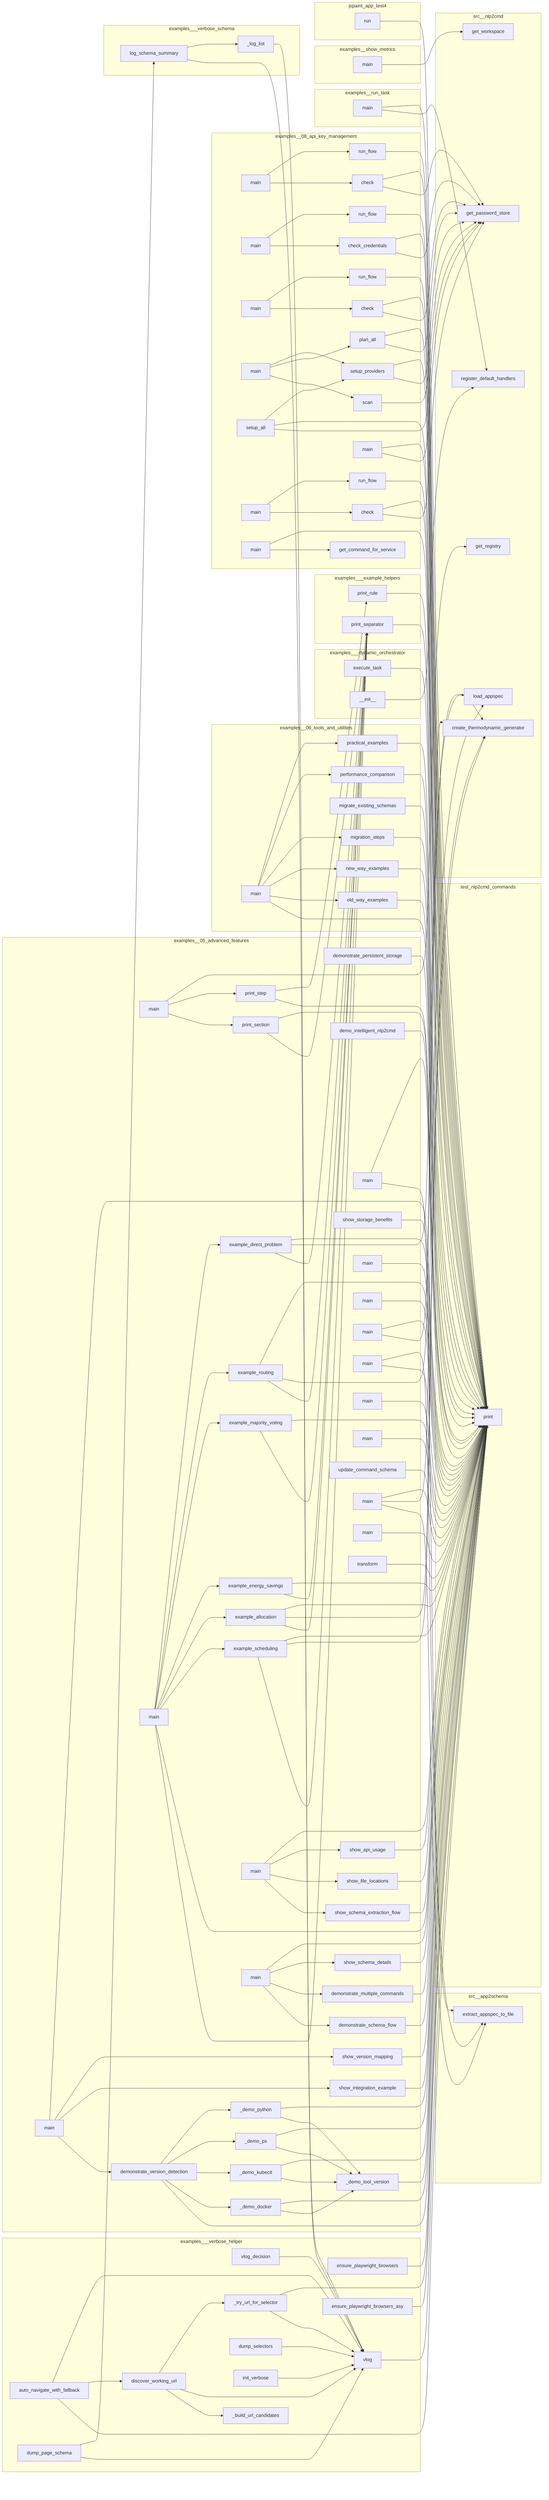
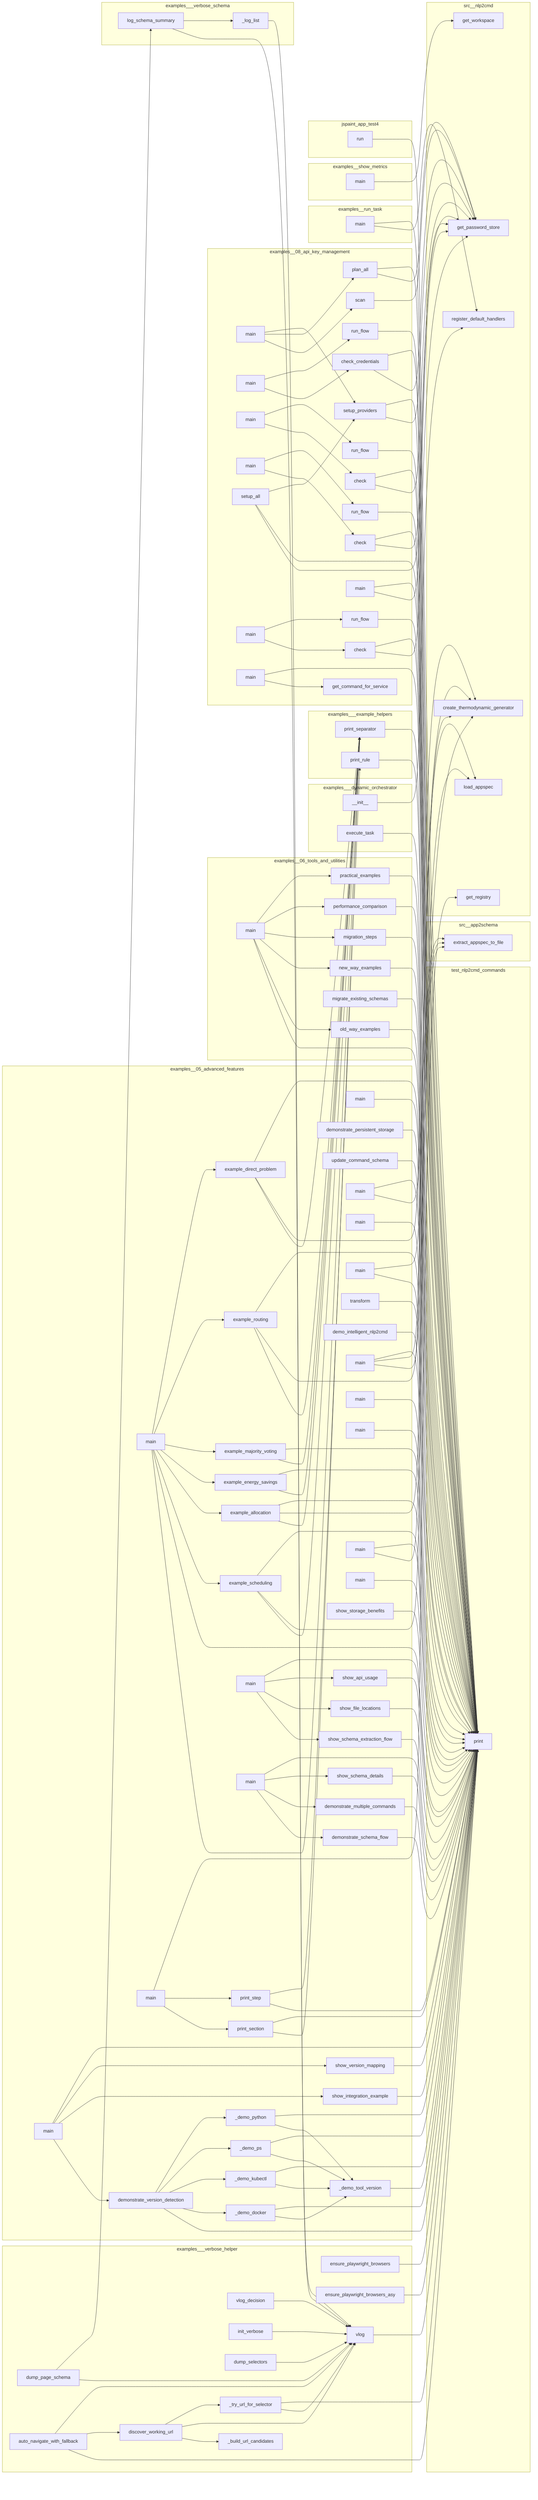
flowchart LR
- %% generated in 0.17s
+ %% generated in 0.08s
    subgraph examples__05_advanced_features
-         examples__05_advanced_features__dynamic_schemas__demo_persistent_storage__demonstrate_persistent_storage["demonstrate_persistent_storage"]
-         examples__05_advanced_features__thermodynamic_computing__example__example_scheduling["example_scheduling"]
-         examples__05_advanced_features__dynamic_schemas__demo_version_detection__show_integration_example["show_integration_example"]
-         examples__05_advanced_features__dynamic_schemas__demo_schema_flow__demonstrate_multiple_commands["demonstrate_multiple_commands"]
-         examples__05_advanced_features__dynamic_schemas__schema_flow_demo__show_api_usage["show_api_usage"]
-         examples__05_advanced_features__dynamic_schemas__demo_version_detection__main["main"]
-         examples__05_advanced_features__thermodynamic_computing__example__example_energy_savings["example_energy_savings"]
-         examples__05_advanced_features__dynamic_schemas__demo_intelligent_nlp2cmd__demo_intelligent_nlp2cmd["demo_intelligent_nlp2cmd"]
-         examples__05_advanced_features__dynamic_schemas__demo_version_detection___demo_docker["_demo_docker"]
-         examples__05_advanced_features__dynamic_schemas__example__main["main"]
-         examples__05_advanced_features__dynamic_schemas__demo_schema_flow__show_schema_details["show_schema_details"]
+         examples__05_advanced_features__dynamic_schemas__schema_flow_demo__show_schema_extraction_flow["show_schema_extraction_flow"]
+         examples__05_advanced_features__schema_driven_architecture__end_to_end_demo__print_step["print_step"]
+         examples__05_advanced_features__schema_driven_architecture__04_plan_executor__demo__main["main"]
+         examples__05_advanced_features__thermodynamic_computing__example__example_direct_problem["example_direct_problem"]
        examples__05_advanced_features__dynamic_schemas__demo_version_detection___demo_kubectl["_demo_kubectl"]
        examples__05_advanced_features__dynamic_schemas__demo_version_detection___demo_ps["_demo_ps"]
+         examples__05_advanced_features__dynamic_schemas__demo_persistent_storage__demonstrate_persistent_storage["demonstrate_persistent_storage"]
+         examples__05_advanced_features__dynamic_schemas__demo_version_detection___demo_python["_demo_python"]
+         examples__05_advanced_features__dynamic_schemas__demo_intelligent_nlp2cmd__IntelligentNLP2CMD__update_command_schema["update_command_schema"]
+         examples__05_advanced_features__thermodynamic_computing__example__main["main"]
+         examples__05_advanced_features__dynamic_schemas__example__main["main"]
+         examples__05_advanced_features__schema_driven_architecture__02_decision_router__demo__main["main"]
+         examples__05_advanced_features__dynamic_schemas__schema_flow_demo__show_file_locations["show_file_locations"]
+         examples__05_advanced_features__dynamic_schemas__demo_version_detection___demo_tool_version["_demo_tool_version"]
+         examples__05_advanced_features__thermodynamic_computing__example__example_routing["example_routing"]
+         examples__05_advanced_features__dynamic_schemas__demo_enhanced__main["main"]
+         examples__05_advanced_features__thermodynamic_computing__example__example_allocation["example_allocation"]
+         examples__05_advanced_features__dynamic_schemas__demo_intelligent_nlp2cmd__IntelligentNLP2CMD__transform["transform"]
+         examples__05_advanced_features__dynamic_schemas__demo_intelligent_nlp2cmd__demo_intelligent_nlp2cmd["demo_intelligent_nlp2cmd"]
+         examples__05_advanced_features__dynamic_schemas__schema_flow_demo__main["main"]
+         examples__05_advanced_features__dynamic_schemas__demo_schema_flow__main["main"]
+         examples__05_advanced_features__schema_driven_architecture__mvp__main["main"]
+         examples__05_advanced_features__dynamic_schemas__demo_version_detection__show_integration_example["show_integration_example"]
+         examples__05_advanced_features__schema_driven_architecture__05_result_aggregator__demo__main["main"]
+         examples__05_advanced_features__schema_driven_architecture__end_to_end_demo__main["main"]
+         examples__05_advanced_features__dynamic_schemas__simple_schema_demo__main["main"]
+         examples__05_advanced_features__dynamic_schemas__demo_version_detection__demonstrate_version_detection["demonstrate_version_detection"]
+         examples__05_advanced_features__dynamic_schemas__demo_schema_flow__demonstrate_multiple_commands["demonstrate_multiple_commands"]
+         examples__05_advanced_features__dynamic_schemas__demo_version_detection___demo_docker["_demo_docker"]
+         examples__05_advanced_features__thermodynamic_computing__example__example_energy_savings["example_energy_savings"]
+         examples__05_advanced_features__dynamic_schemas__schema_flow_demo__show_api_usage["show_api_usage"]
+         examples__05_advanced_features__schema_driven_architecture__end_to_end_demo__print_section["print_section"]
+         examples__05_advanced_features__dynamic_schemas__demo_version_detection__show_version_mapping["show_version_mapping"]
+         examples__05_advanced_features__dynamic_schemas__demo_schema_flow__demonstrate_schema_flow["demonstrate_schema_flow"]
+         examples__05_advanced_features__dynamic_schemas__demo_schema_flow__show_schema_details["show_schema_details"]
+         examples__05_advanced_features__schema_driven_architecture__manual_appspec__main["main"]
+         examples__05_advanced_features__schema_driven_architecture__03_llm_planner__demo__main["main"]
+         examples__05_advanced_features__thermodynamic_computing__example__example_scheduling["example_scheduling"]
+         examples__05_advanced_features__thermodynamic_computing__example__example_majority_voting["example_majority_voting"]
+         examples__05_advanced_features__dynamic_schemas__demo_version_detection__main["main"]
        examples__05_advanced_features__dynamic_schemas__demo_persistent_storage__show_storage_benefits["show_storage_benefits"]
-         examples__05_advanced_features__dynamic_schemas__demo_schema_flow__demonstrate_schema_flow["demonstrate_schema_flow"]
-         examples__05_advanced_features__schema_driven_architecture__end_to_end_demo__main["main"]
-         examples__05_advanced_features__dynamic_schemas__demo_version_detection___demo_tool_version["_demo_tool_version"]
-         examples__05_advanced_features__thermodynamic_computing__example__example_majority_voting["example_majority_voting"]
-         examples__05_advanced_features__schema_driven_architecture__02_decision_router__demo__main["main"]
-         examples__05_advanced_features__thermodynamic_computing__example__example_routing["example_routing"]
-         examples__05_advanced_features__dynamic_schemas__demo_version_detection__demonstrate_version_detection["demonstrate_version_detection"]
-         examples__05_advanced_features__dynamic_schemas__schema_flow_demo__show_schema_extraction_flow["show_schema_extraction_flow"]
-         examples__05_advanced_features__dynamic_schemas__simple_schema_demo__main["main"]
-         examples__05_advanced_features__schema_driven_architecture__end_to_end_demo__print_section["print_section"]
-         examples__05_advanced_features__schema_driven_architecture__manual_appspec__main["main"]
-         examples__05_advanced_features__dynamic_schemas__demo_enhanced__main["main"]
-         examples__05_advanced_features__schema_driven_architecture__end_to_end_demo__print_step["print_step"]
-         examples__05_advanced_features__dynamic_schemas__demo_version_detection___demo_python["_demo_python"]
-         examples__05_advanced_features__dynamic_schemas__schema_flow_demo__main["main"]
-         examples__05_advanced_features__thermodynamic_computing__example__main["main"]
-         examples__05_advanced_features__dynamic_schemas__schema_flow_demo__show_file_locations["show_file_locations"]
-         examples__05_advanced_features__schema_driven_architecture__03_llm_planner__demo__main["main"]
-         examples__05_advanced_features__thermodynamic_computing__example__example_direct_problem["example_direct_problem"]
-         examples__05_advanced_features__dynamic_schemas__demo_schema_flow__main["main"]
-         examples__05_advanced_features__dynamic_schemas__demo_version_detection__show_version_mapping["show_version_mapping"]
-         examples__05_advanced_features__schema_driven_architecture__04_plan_executor__demo__main["main"]
-         examples__05_advanced_features__dynamic_schemas__demo_intelligent_nlp2cmd__IntelligentNLP2CMD__update_command_schema["update_command_schema"]
-         examples__05_advanced_features__schema_driven_architecture__mvp__main["main"]
-         examples__05_advanced_features__schema_driven_architecture__05_result_aggregator__demo__main["main"]
-         examples__05_advanced_features__dynamic_schemas__demo_intelligent_nlp2cmd__IntelligentNLP2CMD__transform["transform"]
-         examples__05_advanced_features__thermodynamic_computing__example__example_allocation["example_allocation"]
    end
    subgraph examples__06_tools_and_utilities
+         examples__06_tools_and_utilities__migration_tools__guide__new_way_examples["new_way_examples"]
        examples__06_tools_and_utilities__migration_tools__guide__old_way_examples["old_way_examples"]
        examples__06_tools_and_utilities__migration_tools__guide__migration_steps["migration_steps"]
+         examples__06_tools_and_utilities__migration_tools__guide__performance_comparison["performance_comparison"]
        examples__06_tools_and_utilities__migration_tools__demo_versioned_schemas__migrate_existing_schemas["migrate_existing_schemas"]
-         examples__06_tools_and_utilities__migration_tools__guide__performance_comparison["performance_comparison"]
        examples__06_tools_and_utilities__migration_tools__guide__practical_examples["practical_examples"]
-         examples__06_tools_and_utilities__migration_tools__guide__new_way_examples["new_way_examples"]
        examples__06_tools_and_utilities__migration_tools__guide__main["main"]
    end
    subgraph examples__08_api_key_management
+         examples__08_api_key_management__04_huggingface_token__run__check["check"]
+         examples__08_api_key_management__06_multi_provider__run__main["main"]
+         examples__08_api_key_management__02_openrouter_key__run__main["main"]
+         examples__08_api_key_management__04_huggingface_token__run__run_flow["run_flow"]
+         examples__08_api_key_management__03_github_token__run__run_flow["run_flow"]
+         examples__08_api_key_management__05_openai_key__run__main["main"]
        examples__08_api_key_management__05_openai_key__run__run_flow["run_flow"]
-         examples__08_api_key_management__05_openai_key__run__main["main"]
-         examples__08_api_key_management__02_openrouter_key__run__main["main"]
+         examples__08_api_key_management__02_openrouter_key__run__run_flow["run_flow"]
        examples__08_api_key_management__04_huggingface_token__run__main["main"]
-         examples__08_api_key_management__03_github_token__run__run_flow["run_flow"]
-         examples__08_api_key_management__03_github_token__run__check["check"]
-         examples__08_api_key_management__04_huggingface_token__run__check["check"]
-         examples__08_api_key_management__04_huggingface_token__run__run_flow["run_flow"]
-         examples__08_api_key_management__06_multi_provider__run__main["main"]
+         examples__08_api_key_management__06_multi_provider__run__plan_all["plan_all"]
+         examples__08_api_key_management__02_openrouter_key__run__check_credentials["check_credentials"]
+         examples__08_api_key_management__06_multi_provider__run__setup_providers["setup_providers"]
        examples__08_api_key_management__01_diagnose_credentials_nlp2cmd__get_command_for_service["get_command_for_service"]
-         examples__08_api_key_management__06_multi_provider__run__setup_providers["setup_providers"]
        examples__08_api_key_management__06_multi_provider__run__setup_all["setup_all"]
        examples__08_api_key_management__03_github_token__run__main["main"]
-         examples__08_api_key_management__02_openrouter_key__run__run_flow["run_flow"]
+         examples__08_api_key_management__06_multi_provider__run__scan["scan"]
+         examples__08_api_key_management__03_github_token__run__check["check"]
+         examples__08_api_key_management__01_diagnose_credentials__run__main["main"]
        examples__08_api_key_management__05_openai_key__run__check["check"]
-         examples__08_api_key_management__02_openrouter_key__run__check_credentials["check_credentials"]
-         examples__08_api_key_management__06_multi_provider__run__scan["scan"]
-         examples__08_api_key_management__01_diagnose_credentials__run__main["main"]
-         examples__08_api_key_management__06_multi_provider__run__plan_all["plan_all"]
        examples__08_api_key_management__01_diagnose_credentials_nlp2cmd__main["main"]
    end
    subgraph examples___dynamic_orchestrator
+         examples___dynamic_orchestrator__DynamicOrchestrator____init__["__init__"]
        examples___dynamic_orchestrator__DynamicOrchestrator__execute_task["execute_task"]
-         examples___dynamic_orchestrator__DynamicOrchestrator____init__["__init__"]
    end
    subgraph examples___example_helpers
        examples___example_helpers__print_separator["print_separator"]
        examples___example_helpers__print_rule["print_rule"]
    end
    subgraph examples___verbose_helper
-         examples___verbose_helper__auto_navigate_with_fallback["auto_navigate_with_fallback"]
+         examples___verbose_helper__dump_page_schema["dump_page_schema"]
        examples___verbose_helper__vlog_decision["vlog_decision"]
+         examples___verbose_helper__ensure_playwright_browsers["ensure_playwright_browsers"]
+         examples___verbose_helper__init_verbose["init_verbose"]
+         examples___verbose_helper__ensure_playwright_browsers_async["ensure_playwright_browsers_asy"]
+         examples___verbose_helper__dump_selectors["dump_selectors"]
+         examples___verbose_helper___try_url_for_selector["_try_url_for_selector"]
        examples___verbose_helper__discover_working_url["discover_working_url"]
-         examples___verbose_helper___try_url_for_selector["_try_url_for_selector"]
-         examples___verbose_helper__ensure_playwright_browsers["ensure_playwright_browsers"]
        examples___verbose_helper___build_url_candidates["_build_url_candidates"]
        examples___verbose_helper__vlog["vlog"]
-         examples___verbose_helper__dump_selectors["dump_selectors"]
-         examples___verbose_helper__dump_page_schema["dump_page_schema"]
-         examples___verbose_helper__ensure_playwright_browsers_async["ensure_playwright_browsers_asy"]
-         examples___verbose_helper__init_verbose["init_verbose"]
+         examples___verbose_helper__auto_navigate_with_fallback["auto_navigate_with_fallback"]
    end
    subgraph examples___verbose_schema
        examples___verbose_schema___log_list["_log_list"]
        examples___verbose_schema__log_schema_summary["log_schema_summary"]
    end
    subgraph examples__run_task
        examples__run_task__main["main"]
    end
    subgraph examples__show_metrics
        examples__show_metrics__main["main"]
    end
    subgraph jspaint_app_test4
        jspaint_app_test4__run["run"]
    end
    subgraph src__app2schema
        src__app2schema__extract__extract_appspec_to_file["extract_appspec_to_file"]
    end
    subgraph src__nlp2cmd
-         src__nlp2cmd__registry__get_registry__get_registry["get_registry"]
        src__nlp2cmd__appspec_runtime__load_appspec["load_appspec"]
+         src__nlp2cmd__generation__thermodynamic__create_thermodynamic_generator["create_thermodynamic_generator"]
        src__nlp2cmd__orchestration__handlers__register_default_handlers["register_default_handlers"]
        src__nlp2cmd__orchestration__learned_path__get_workspace["get_workspace"]
-         src__nlp2cmd__generation__thermodynamic__create_thermodynamic_generator["create_thermodynamic_generator"]
+         src__nlp2cmd__registry__get_registry__get_registry["get_registry"]
        src__nlp2cmd__automation__password_store__get_password_store["get_password_store"]
    end
    subgraph test_nlp2cmd_commands
        test_nlp2cmd_commands__print["print"]
    end
    jspaint_app_test4__run --> test_nlp2cmd_commands__print
    examples__show_metrics__main --> src__nlp2cmd__orchestration__learned_path__get_workspace
    examples___verbose_schema___log_list --> examples___verbose_helper__vlog
    examples___verbose_schema__log_schema_summary --> examples___verbose_helper__vlog
    examples___verbose_schema__log_schema_summary --> examples___verbose_schema___log_list
    examples___dynamic_orchestrator__DynamicOrchestrator____init__ --> src__nlp2cmd__orchestration__handlers__register_default_handlers
    examples___dynamic_orchestrator__DynamicOrchestrator__execute_task --> test_nlp2cmd_commands__print
    examples___example_helpers__print_separator --> test_nlp2cmd_commands__print
    examples___example_helpers__print_rule --> test_nlp2cmd_commands__print
    examples___verbose_helper__init_verbose --> examples___verbose_helper__vlog
    examples___verbose_helper__vlog --> test_nlp2cmd_commands__print
    examples___verbose_helper__dump_page_schema --> examples___verbose_helper__vlog
    examples___verbose_helper__dump_page_schema --> examples___verbose_schema__log_schema_summary
    examples___verbose_helper__dump_selectors --> examples___verbose_helper__vlog
    examples___verbose_helper__vlog_decision --> examples___verbose_helper__vlog
    examples___verbose_helper__ensure_playwright_browsers --> test_nlp2cmd_commands__print
    examples___verbose_helper__ensure_playwright_browsers_async --> test_nlp2cmd_commands__print
    examples___verbose_helper___try_url_for_selector --> examples___verbose_helper__vlog
    examples___verbose_helper___try_url_for_selector --> test_nlp2cmd_commands__print
    examples___verbose_helper__discover_working_url --> examples___verbose_helper___build_url_candidates
    examples___verbose_helper__discover_working_url --> examples___verbose_helper__vlog
    examples___verbose_helper__discover_working_url --> examples___verbose_helper___try_url_for_selector
    examples___verbose_helper__auto_navigate_with_fallback --> test_nlp2cmd_commands__print
    examples___verbose_helper__auto_navigate_with_fallback --> examples___verbose_helper__discover_working_url
    examples___verbose_helper__auto_navigate_with_fallback --> examples___verbose_helper__vlog
    examples__run_task__main --> src__nlp2cmd__orchestration__handlers__register_default_handlers
    examples__run_task__main --> test_nlp2cmd_commands__print
    examples__05_advanced_features__thermodynamic_computing__example__example_scheduling --> examples___example_helpers__print_separator
    examples__05_advanced_features__thermodynamic_computing__example__example_scheduling --> src__nlp2cmd__generation__thermodynamic__create_thermodynamic_generator
    examples__05_advanced_features__thermodynamic_computing__example__example_scheduling --> test_nlp2cmd_commands__print
    examples__05_advanced_features__thermodynamic_computing__example__example_allocation --> examples___example_helpers__print_separator
    examples__05_advanced_features__thermodynamic_computing__example__example_allocation --> src__nlp2cmd__generation__thermodynamic__create_thermodynamic_generator
    examples__05_advanced_features__thermodynamic_computing__example__example_allocation --> test_nlp2cmd_commands__print
    examples__05_advanced_features__thermodynamic_computing__example__example_energy_savings --> examples___example_helpers__print_separator
    examples__05_advanced_features__thermodynamic_computing__example__example_energy_savings --> test_nlp2cmd_commands__print
    examples__05_advanced_features__thermodynamic_computing__example__example_majority_voting --> examples___example_helpers__print_separator
    examples__05_advanced_features__thermodynamic_computing__example__example_majority_voting --> test_nlp2cmd_commands__print
    examples__05_advanced_features__thermodynamic_computing__example__example_routing --> examples___example_helpers__print_separator
    examples__05_advanced_features__thermodynamic_computing__example__example_routing --> src__nlp2cmd__generation__thermodynamic__create_thermodynamic_generator
    examples__05_advanced_features__thermodynamic_computing__example__example_routing --> test_nlp2cmd_commands__print
    examples__05_advanced_features__thermodynamic_computing__example__example_direct_problem --> examples___example_helpers__print_separator
    examples__05_advanced_features__thermodynamic_computing__example__example_direct_problem --> src__nlp2cmd__generation__thermodynamic__create_thermodynamic_generator
    examples__05_advanced_features__thermodynamic_computing__example__example_direct_problem --> test_nlp2cmd_commands__print
    examples__05_advanced_features__thermodynamic_computing__example__main --> examples___example_helpers__print_separator
    examples__05_advanced_features__thermodynamic_computing__example__main --> test_nlp2cmd_commands__print
    examples__05_advanced_features__thermodynamic_computing__example__main --> examples__05_advanced_features__thermodynamic_computing__example__example_scheduling
    examples__05_advanced_features__thermodynamic_computing__example__main --> examples__05_advanced_features__thermodynamic_computing__example__example_allocation
    examples__05_advanced_features__thermodynamic_computing__example__main --> examples__05_advanced_features__thermodynamic_computing__example__example_energy_savings
    examples__05_advanced_features__thermodynamic_computing__example__main --> examples__05_advanced_features__thermodynamic_computing__example__example_majority_voting
    examples__05_advanced_features__thermodynamic_computing__example__main --> examples__05_advanced_features__thermodynamic_computing__example__example_routing
    examples__05_advanced_features__thermodynamic_computing__example__main --> examples__05_advanced_features__thermodynamic_computing__example__example_direct_problem
    examples__05_advanced_features__schema_driven_architecture__manual_appspec__main --> src__nlp2cmd__appspec_runtime__load_appspec
    examples__05_advanced_features__schema_driven_architecture__manual_appspec__main --> test_nlp2cmd_commands__print
    examples__05_advanced_features__schema_driven_architecture__end_to_end_demo__print_section --> examples___example_helpers__print_separator
    examples__05_advanced_features__schema_driven_architecture__end_to_end_demo__print_section --> test_nlp2cmd_commands__print
    examples__05_advanced_features__schema_driven_architecture__end_to_end_demo__print_step --> test_nlp2cmd_commands__print
    examples__05_advanced_features__schema_driven_architecture__end_to_end_demo__print_step --> examples___example_helpers__print_rule
    examples__05_advanced_features__schema_driven_architecture__end_to_end_demo__main --> examples__05_advanced_features__schema_driven_architecture__end_to_end_demo__print_section
    examples__05_advanced_features__schema_driven_architecture__end_to_end_demo__main --> examples__05_advanced_features__schema_driven_architecture__end_to_end_demo__print_step
    examples__05_advanced_features__schema_driven_architecture__end_to_end_demo__main --> src__nlp2cmd__registry__get_registry__get_registry
    examples__05_advanced_features__schema_driven_architecture__mvp__main --> src__app2schema__extract__extract_appspec_to_file
    examples__05_advanced_features__schema_driven_architecture__mvp__main --> src__nlp2cmd__appspec_runtime__load_appspec
    examples__05_advanced_features__schema_driven_architecture__mvp__main --> test_nlp2cmd_commands__print
    examples__05_advanced_features__schema_driven_architecture__05_result_aggregator__demo__main --> test_nlp2cmd_commands__print
    examples__05_advanced_features__schema_driven_architecture__02_decision_router__demo__main --> test_nlp2cmd_commands__print
    examples__05_advanced_features__schema_driven_architecture__04_plan_executor__demo__main --> test_nlp2cmd_commands__print
    examples__05_advanced_features__schema_driven_architecture__03_llm_planner__demo__main --> test_nlp2cmd_commands__print
    examples__05_advanced_features__dynamic_schemas__simple_schema_demo__main --> test_nlp2cmd_commands__print
    examples__05_advanced_features__dynamic_schemas__demo_intelligent_nlp2cmd__IntelligentNLP2CMD__transform --> test_nlp2cmd_commands__print
    examples__05_advanced_features__dynamic_schemas__demo_intelligent_nlp2cmd__IntelligentNLP2CMD__update_command_schema --> test_nlp2cmd_commands__print
    examples__05_advanced_features__dynamic_schemas__demo_intelligent_nlp2cmd__demo_intelligent_nlp2cmd --> test_nlp2cmd_commands__print
    examples__05_advanced_features__dynamic_schemas__demo_persistent_storage__demonstrate_persistent_storage --> test_nlp2cmd_commands__print
    examples__05_advanced_features__dynamic_schemas__demo_persistent_storage__show_storage_benefits --> test_nlp2cmd_commands__print
    examples__05_advanced_features__dynamic_schemas__demo_enhanced__main --> test_nlp2cmd_commands__print
    examples__05_advanced_features__dynamic_schemas__demo_enhanced__main --> src__app2schema__extract__extract_appspec_to_file
    examples__05_advanced_features__dynamic_schemas__demo_schema_flow__demonstrate_schema_flow --> test_nlp2cmd_commands__print
    examples__05_advanced_features__dynamic_schemas__demo_schema_flow__demonstrate_multiple_commands --> test_nlp2cmd_commands__print
    examples__05_advanced_features__dynamic_schemas__demo_schema_flow__show_schema_details --> test_nlp2cmd_commands__print
    examples__05_advanced_features__dynamic_schemas__demo_schema_flow__main --> examples__05_advanced_features__dynamic_schemas__demo_schema_flow__demonstrate_schema_flow
    examples__05_advanced_features__dynamic_schemas__demo_schema_flow__main --> examples__05_advanced_features__dynamic_schemas__demo_schema_flow__demonstrate_multiple_commands
    examples__05_advanced_features__dynamic_schemas__demo_schema_flow__main --> examples__05_advanced_features__dynamic_schemas__demo_schema_flow__show_schema_details
    examples__05_advanced_features__dynamic_schemas__demo_schema_flow__main --> test_nlp2cmd_commands__print
    examples__05_advanced_features__dynamic_schemas__demo_version_detection___demo_tool_version --> test_nlp2cmd_commands__print
    examples__05_advanced_features__dynamic_schemas__demo_version_detection___demo_docker --> examples__05_advanced_features__dynamic_schemas__demo_version_detection___demo_tool_version
    examples__05_advanced_features__dynamic_schemas__demo_version_detection___demo_docker --> test_nlp2cmd_commands__print
    examples__05_advanced_features__dynamic_schemas__demo_version_detection___demo_kubectl --> examples__05_advanced_features__dynamic_schemas__demo_version_detection___demo_tool_version
    examples__05_advanced_features__dynamic_schemas__demo_version_detection___demo_kubectl --> test_nlp2cmd_commands__print
    examples__05_advanced_features__dynamic_schemas__demo_version_detection___demo_ps --> examples__05_advanced_features__dynamic_schemas__demo_version_detection___demo_tool_version
    examples__05_advanced_features__dynamic_schemas__demo_version_detection___demo_ps --> test_nlp2cmd_commands__print
    examples__05_advanced_features__dynamic_schemas__demo_version_detection___demo_python --> examples__05_advanced_features__dynamic_schemas__demo_version_detection___demo_tool_version
    examples__05_advanced_features__dynamic_schemas__demo_version_detection___demo_python --> test_nlp2cmd_commands__print
    examples__05_advanced_features__dynamic_schemas__demo_version_detection__demonstrate_version_detection --> test_nlp2cmd_commands__print
    examples__05_advanced_features__dynamic_schemas__demo_version_detection__demonstrate_version_detection --> examples__05_advanced_features__dynamic_schemas__demo_version_detection___demo_docker
    examples__05_advanced_features__dynamic_schemas__demo_version_detection__demonstrate_version_detection --> examples__05_advanced_features__dynamic_schemas__demo_version_detection___demo_kubectl
    examples__05_advanced_features__dynamic_schemas__demo_version_detection__demonstrate_version_detection --> examples__05_advanced_features__dynamic_schemas__demo_version_detection___demo_ps
    examples__05_advanced_features__dynamic_schemas__demo_version_detection__demonstrate_version_detection --> examples__05_advanced_features__dynamic_schemas__demo_version_detection___demo_python
    examples__05_advanced_features__dynamic_schemas__demo_version_detection__show_integration_example --> test_nlp2cmd_commands__print
    examples__05_advanced_features__dynamic_schemas__demo_version_detection__show_version_mapping --> test_nlp2cmd_commands__print
    examples__05_advanced_features__dynamic_schemas__demo_version_detection__main --> examples__05_advanced_features__dynamic_schemas__demo_version_detection__demonstrate_version_detection
    examples__05_advanced_features__dynamic_schemas__demo_version_detection__main --> examples__05_advanced_features__dynamic_schemas__demo_version_detection__show_integration_example
    examples__05_advanced_features__dynamic_schemas__demo_version_detection__main --> examples__05_advanced_features__dynamic_schemas__demo_version_detection__show_version_mapping
    examples__05_advanced_features__dynamic_schemas__demo_version_detection__main --> test_nlp2cmd_commands__print
    examples__05_advanced_features__dynamic_schemas__schema_flow_demo__show_schema_extraction_flow --> test_nlp2cmd_commands__print
    examples__05_advanced_features__dynamic_schemas__schema_flow_demo__show_file_locations --> test_nlp2cmd_commands__print
    examples__05_advanced_features__dynamic_schemas__schema_flow_demo__show_api_usage --> test_nlp2cmd_commands__print
    examples__05_advanced_features__dynamic_schemas__schema_flow_demo__main --> examples__05_advanced_features__dynamic_schemas__schema_flow_demo__show_schema_extraction_flow
    examples__05_advanced_features__dynamic_schemas__schema_flow_demo__main --> examples__05_advanced_features__dynamic_schemas__schema_flow_demo__show_file_locations
    examples__05_advanced_features__dynamic_schemas__schema_flow_demo__main --> examples__05_advanced_features__dynamic_schemas__schema_flow_demo__show_api_usage
    examples__05_advanced_features__dynamic_schemas__schema_flow_demo__main --> test_nlp2cmd_commands__print
    examples__05_advanced_features__dynamic_schemas__example__main --> src__app2schema__extract__extract_appspec_to_file
    examples__05_advanced_features__dynamic_schemas__example__main --> test_nlp2cmd_commands__print
    examples__08_api_key_management__01_diagnose_credentials_nlp2cmd__main --> examples__08_api_key_management__01_diagnose_credentials_nlp2cmd__get_command_for_service
    examples__08_api_key_management__01_diagnose_credentials_nlp2cmd__main --> test_nlp2cmd_commands__print
    examples__08_api_key_management__05_openai_key__run__check --> src__nlp2cmd__automation__password_store__get_password_store
    examples__08_api_key_management__05_openai_key__run__check --> test_nlp2cmd_commands__print
    examples__08_api_key_management__05_openai_key__run__run_flow --> test_nlp2cmd_commands__print
    examples__08_api_key_management__05_openai_key__run__main --> examples__08_api_key_management__05_openai_key__run__check
    examples__08_api_key_management__05_openai_key__run__main --> examples__08_api_key_management__05_openai_key__run__run_flow
    examples__08_api_key_management__01_diagnose_credentials__run__main --> src__nlp2cmd__automation__password_store__get_password_store
    examples__08_api_key_management__01_diagnose_credentials__run__main --> test_nlp2cmd_commands__print
    examples__08_api_key_management__06_multi_provider__run__scan --> src__nlp2cmd__automation__password_store__get_password_store
    examples__08_api_key_management__06_multi_provider__run__plan_all --> src__nlp2cmd__automation__password_store__get_password_store
    examples__08_api_key_management__06_multi_provider__run__plan_all --> test_nlp2cmd_commands__print
    examples__08_api_key_management__06_multi_provider__run__setup_providers --> src__nlp2cmd__automation__password_store__get_password_store
    examples__08_api_key_management__06_multi_provider__run__setup_providers --> test_nlp2cmd_commands__print
    examples__08_api_key_management__06_multi_provider__run__setup_all --> src__nlp2cmd__automation__password_store__get_password_store
    examples__08_api_key_management__06_multi_provider__run__setup_all --> test_nlp2cmd_commands__print
    examples__08_api_key_management__06_multi_provider__run__setup_all --> examples__08_api_key_management__06_multi_provider__run__setup_providers
    examples__08_api_key_management__06_multi_provider__run__main --> examples__08_api_key_management__06_multi_provider__run__scan
    examples__08_api_key_management__06_multi_provider__run__main --> examples__08_api_key_management__06_multi_provider__run__plan_all
    examples__08_api_key_management__06_multi_provider__run__main --> examples__08_api_key_management__06_multi_provider__run__setup_providers
    examples__08_api_key_management__02_openrouter_key__run__check_credentials --> src__nlp2cmd__automation__password_store__get_password_store
    examples__08_api_key_management__02_openrouter_key__run__check_credentials --> test_nlp2cmd_commands__print
    examples__08_api_key_management__02_openrouter_key__run__run_flow --> test_nlp2cmd_commands__print
    examples__08_api_key_management__02_openrouter_key__run__main --> examples__08_api_key_management__02_openrouter_key__run__check_credentials
    examples__08_api_key_management__02_openrouter_key__run__main --> examples__08_api_key_management__02_openrouter_key__run__run_flow
    examples__08_api_key_management__03_github_token__run__check --> src__nlp2cmd__automation__password_store__get_password_store
    examples__08_api_key_management__03_github_token__run__check --> test_nlp2cmd_commands__print
    examples__08_api_key_management__03_github_token__run__run_flow --> test_nlp2cmd_commands__print
    examples__08_api_key_management__03_github_token__run__main --> examples__08_api_key_management__03_github_token__run__check
    examples__08_api_key_management__03_github_token__run__main --> examples__08_api_key_management__03_github_token__run__run_flow
    examples__08_api_key_management__04_huggingface_token__run__check --> src__nlp2cmd__automation__password_store__get_password_store
    examples__08_api_key_management__04_huggingface_token__run__check --> test_nlp2cmd_commands__print
    examples__08_api_key_management__04_huggingface_token__run__run_flow --> test_nlp2cmd_commands__print
    examples__08_api_key_management__04_huggingface_token__run__main --> examples__08_api_key_management__04_huggingface_token__run__check
    examples__08_api_key_management__04_huggingface_token__run__main --> examples__08_api_key_management__04_huggingface_token__run__run_flow
    examples__06_tools_and_utilities__migration_tools__guide__old_way_examples --> test_nlp2cmd_commands__print
    examples__06_tools_and_utilities__migration_tools__guide__new_way_examples --> test_nlp2cmd_commands__print
    examples__06_tools_and_utilities__migration_tools__guide__migration_steps --> test_nlp2cmd_commands__print
    examples__06_tools_and_utilities__migration_tools__guide__performance_comparison --> test_nlp2cmd_commands__print
    examples__06_tools_and_utilities__migration_tools__guide__practical_examples --> test_nlp2cmd_commands__print
    examples__06_tools_and_utilities__migration_tools__guide__main --> test_nlp2cmd_commands__print
    examples__06_tools_and_utilities__migration_tools__guide__main --> examples__06_tools_and_utilities__migration_tools__guide__old_way_examples
    examples__06_tools_and_utilities__migration_tools__guide__main --> examples__06_tools_and_utilities__migration_tools__guide__new_way_examples
    examples__06_tools_and_utilities__migration_tools__guide__main --> examples__06_tools_and_utilities__migration_tools__guide__migration_steps
    examples__06_tools_and_utilities__migration_tools__guide__main --> examples__06_tools_and_utilities__migration_tools__guide__performance_comparison
    examples__06_tools_and_utilities__migration_tools__guide__main --> examples__06_tools_and_utilities__migration_tools__guide__practical_examples
    examples__06_tools_and_utilities__migration_tools__demo_versioned_schemas__migrate_existing_schemas --> test_nlp2cmd_commands__print
